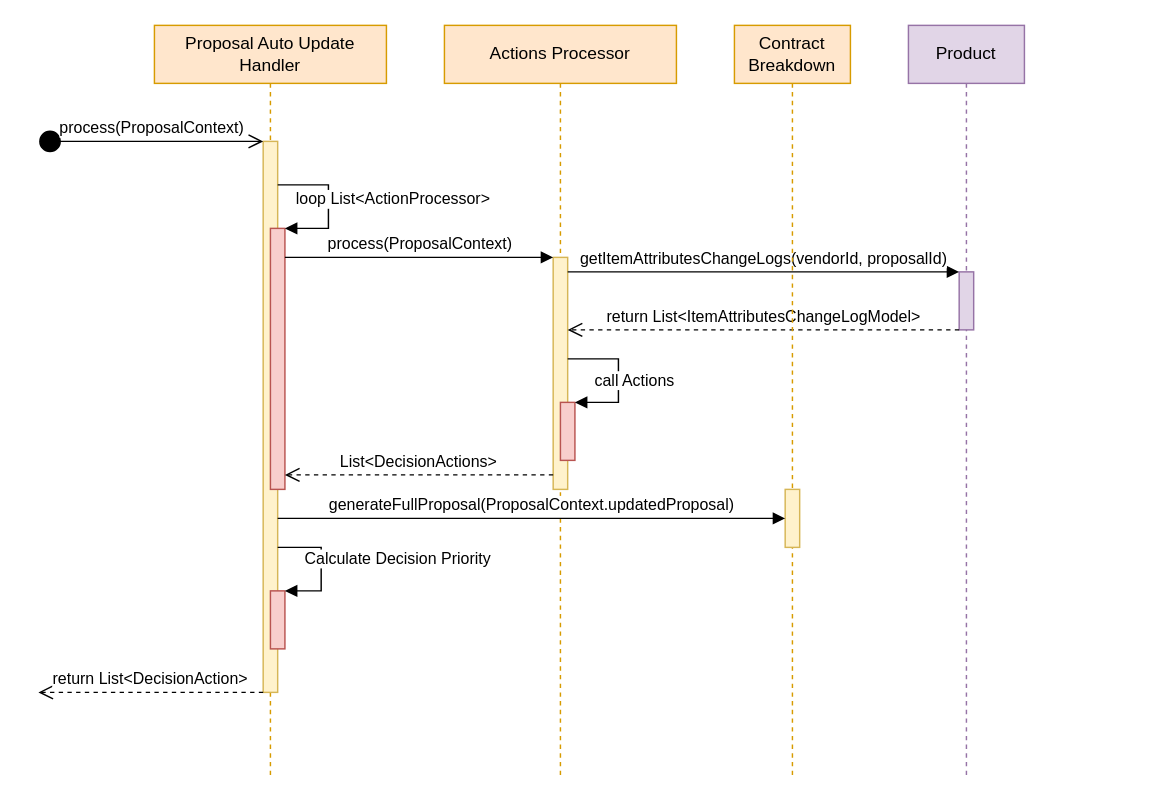
This is Proposal Auto Update Processor Flow.drawio from dajin-kingland/UMLdiagrams, a draw.io file, before an edit. Source tidied: cells renumbered, new cells numbered last; positions are measured from the earlier drawing's top-left corner, leaving out a move shared by most shapes. Both pictures are drawn from the tidied source at 145%, with x=0, y=0 at pixel (38, 25).
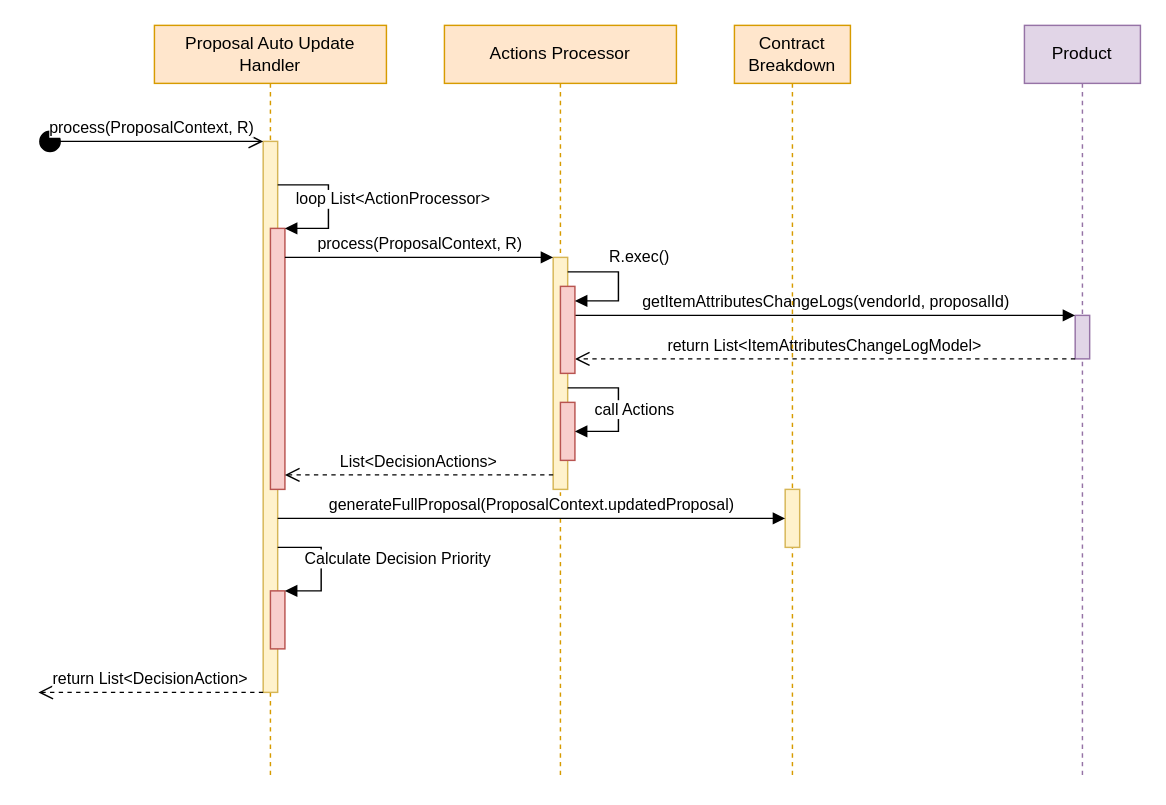
Above is the later version.

The change refers to these unchanged cells:
```xml
<mxCell id="3" style="html=1;points=[];perimeter=orthogonalPerimeter;fillColor=#fff2cc;strokeColor=#d6b656;" parent="2" vertex="1">
  <mxGeometry x="75" y="160" width="10" height="160" as="geometry" />
</mxCell>
<mxCell id="5" style="html=1;points=[];perimeter=orthogonalPerimeter;fillColor=#fff2cc;strokeColor=#d6b656;" parent="4" vertex="1">
  <mxGeometry x="75" y="80" width="10" height="380" as="geometry" />
</mxCell>
<mxCell id="8" style="html=1;points=[];perimeter=orthogonalPerimeter;fillColor=#f8cecc;strokeColor=#b85450;" parent="4" vertex="1">
  <mxGeometry x="80" y="140" width="10" height="180" as="geometry" />
</mxCell>
<mxCell id="18" style="html=1;points=[];perimeter=orthogonalPerimeter;fillColor=#f8cecc;strokeColor=#b85450;" parent="1" vertex="1">
  <mxGeometry x="360" y="260" width="10" height="40" as="geometry" />
</mxCell>
```

Change to the diagram source:
```diff
@@
-    <mxCell id="10" value="process(ProposalContext)" style="html=1;verticalAlign=bottom;startArrow=circle;startFill=1;endArrow=open;startSize=6;endSize=8;" parent="1" edge="1" target="5">
+    <mxCell id="10" value="process(ProposalContext, R)" style="html=1;verticalAlign=bottom;startArrow=circle;startFill=1;endArrow=open;startSize=6;endSize=8;" parent="1" edge="1" target="5">
       <mxGeometry relative="1" as="geometry">
         <mxPoint y="80" as="sourcePoint" />
       </mxGeometry>
     </mxCell>
@@
     <mxCell id="12" value="Product" style="shape=umlLifeline;perimeter=lifelinePerimeter;whiteSpace=wrap;html=1;fillColor=#e1d5e7;strokeColor=#9673a6;" parent="1" vertex="1">
-      <mxGeometry x="600" width="80" height="520" as="geometry" />
+      <mxGeometry x="680" width="80" height="520" as="geometry" />
     </mxCell>
     <mxCell id="13" style="html=1;points=[];perimeter=orthogonalPerimeter;fillColor=#e1d5e7;strokeColor=#9673a6;" parent="12" vertex="1">
-      <mxGeometry x="35" y="170" width="10" height="40" as="geometry" />
+      <mxGeometry x="35" y="200" width="10" height="30" as="geometry" />
     </mxCell>
-    <mxCell id="14" value="getItemAttributesChangeLogs(vendorId, proposalId)" style="html=1;verticalAlign=bottom;endArrow=block;" parent="1" edge="1" source="3" target="13">
+    <mxCell id="14" value="getItemAttributesChangeLogs(vendorId, proposalId)" style="html=1;verticalAlign=bottom;endArrow=block;" parent="1" edge="1" source="23" target="13">
       <mxGeometry relative="1" as="geometry">
         <Array as="points">
-          <mxPoint x="440" y="170" />
+          <mxPoint x="550" y="200" />
         </Array>
       </mxGeometry>
     </mxCell>
-    <mxCell id="15" value="return List&amp;lt;ItemAttributesChangeLogModel&amp;gt;" style="html=1;verticalAlign=bottom;endArrow=open;dashed=1;endSize=8;" parent="1" edge="1" source="13" target="3">
+    <mxCell id="15" value="return List&amp;lt;ItemAttributesChangeLogModel&amp;gt;" style="html=1;verticalAlign=bottom;endArrow=open;dashed=1;endSize=8;" parent="1" edge="1" source="13" target="23">
       <mxGeometry relative="1" as="geometry">
         <Array as="points">
-          <mxPoint x="420" y="210" />
+          <mxPoint x="570" y="230" />
         </Array>
       </mxGeometry>
     </mxCell>
-    <mxCell id="16" value="process(ProposalContext)" style="html=1;verticalAlign=bottom;endArrow=block;" parent="1" edge="1" source="8" target="3">
+    <mxCell id="16" value="process(ProposalContext, R)" style="html=1;verticalAlign=bottom;endArrow=block;" parent="1" edge="1" source="8" target="3">
       <mxGeometry relative="1" as="geometry">
         <Array as="points">
           <mxPoint x="230" y="160" />
         </Array>
       </mxGeometry>
     </mxCell>
@@
-    <mxCell id="19" value="call Actions" style="edgeStyle=orthogonalEdgeStyle;html=1;align=left;spacingLeft=2;endArrow=block;rounded=0;entryX=1;entryY=0;" parent="1" edge="1" source="3" target="18">
+    <mxCell id="19" value="call Actions" style="edgeStyle=orthogonalEdgeStyle;html=1;align=left;spacingLeft=2;endArrow=block;rounded=0;" parent="1" edge="1" source="3" target="18">
       <mxGeometry x="0.79" y="-15" relative="1" as="geometry">
         <Array as="points">
-          <mxPoint x="400" y="230" />
-          <mxPoint x="400" y="260" />
+          <mxPoint x="400" y="250" />
+          <mxPoint x="400" y="280" />
         </Array>
       </mxGeometry>
     </mxCell>
@@
+    <mxCell id="23" style="html=1;points=[];perimeter=orthogonalPerimeter;fillColor=#f8cecc;strokeColor=#b85450;" parent="1" vertex="1">
+      <mxGeometry x="360" y="180" width="10" height="60" as="geometry" />
+    </mxCell>
+    <mxCell id="24" value="R.exec()" style="edgeStyle=orthogonalEdgeStyle;html=1;align=left;spacingLeft=2;endArrow=block;rounded=0;" parent="1" edge="1" source="3" target="23">
+      <mxGeometry x="-0.41" y="10" relative="1" as="geometry">
+        <Array as="points">
+          <mxPoint x="400" y="170" />
+          <mxPoint x="400" y="190" />
+        </Array>
+      </mxGeometry>
+    </mxCell>
```
